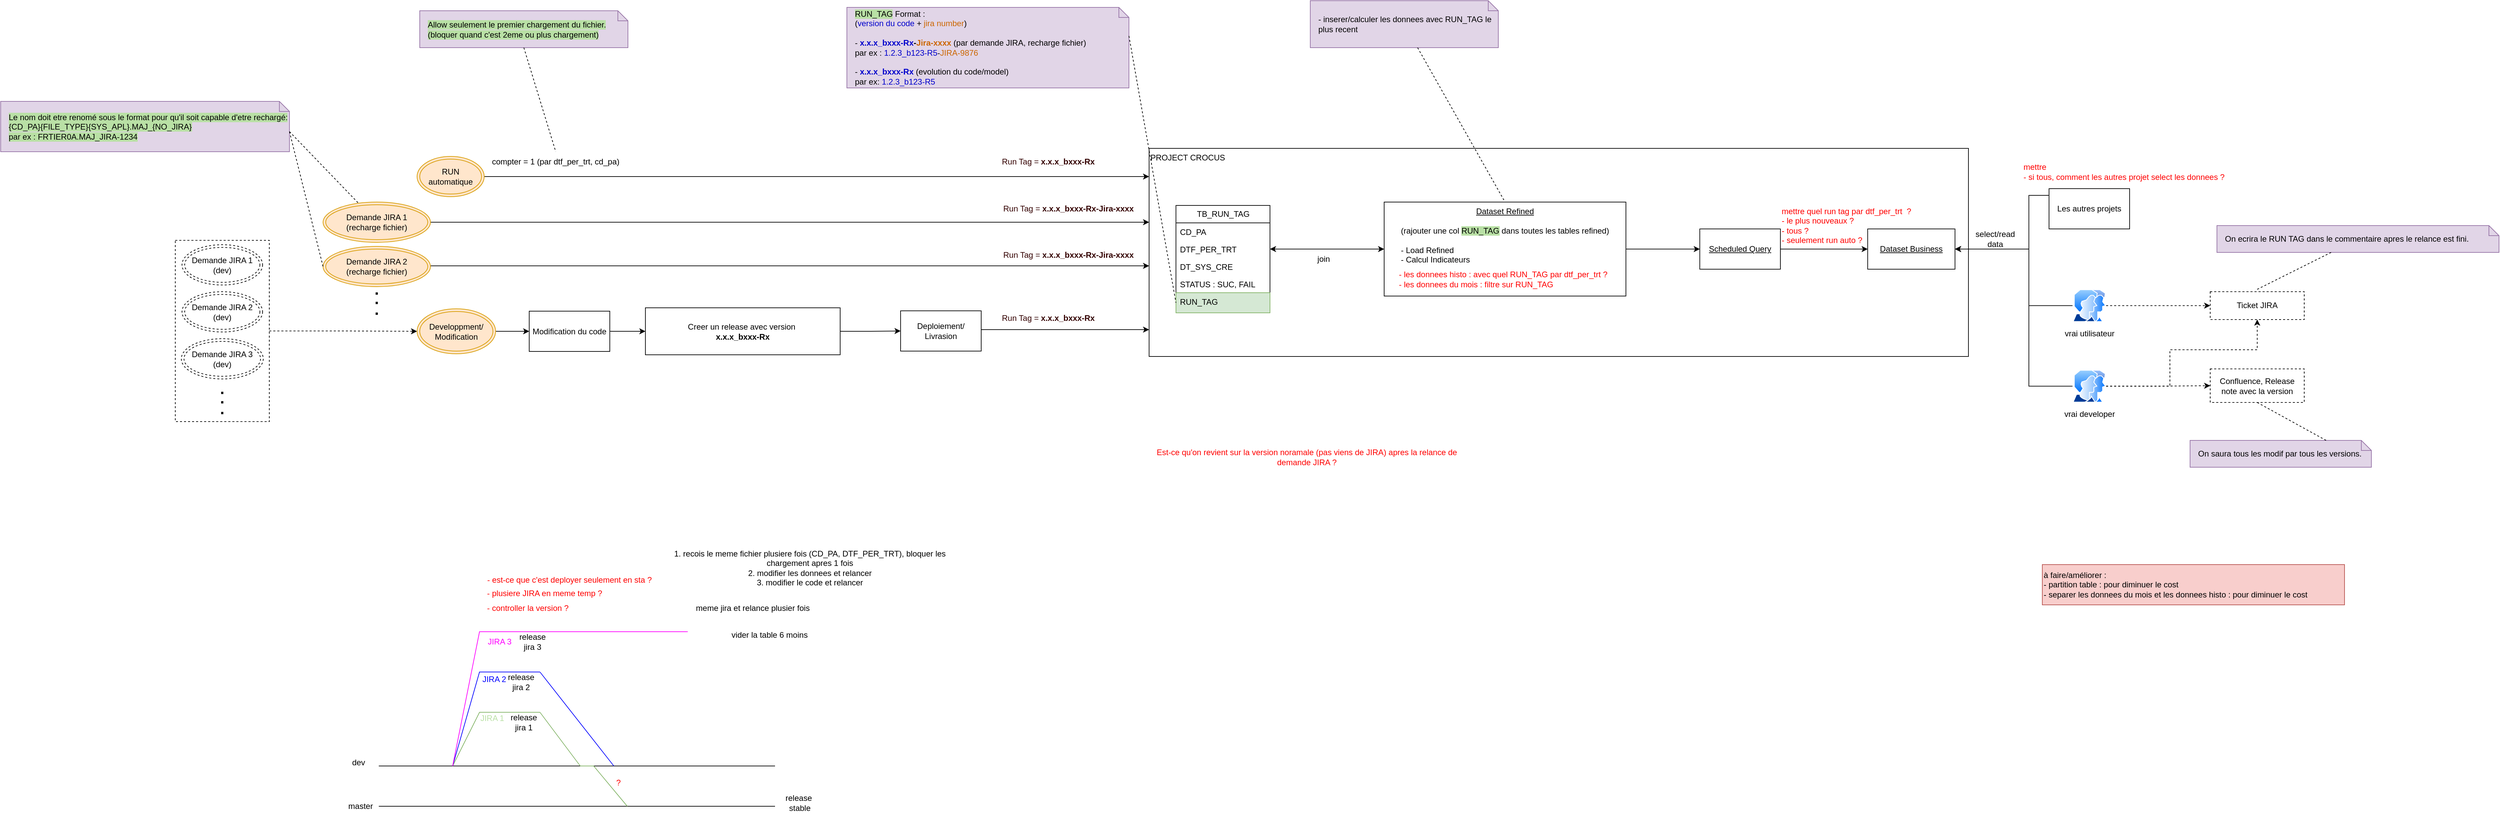
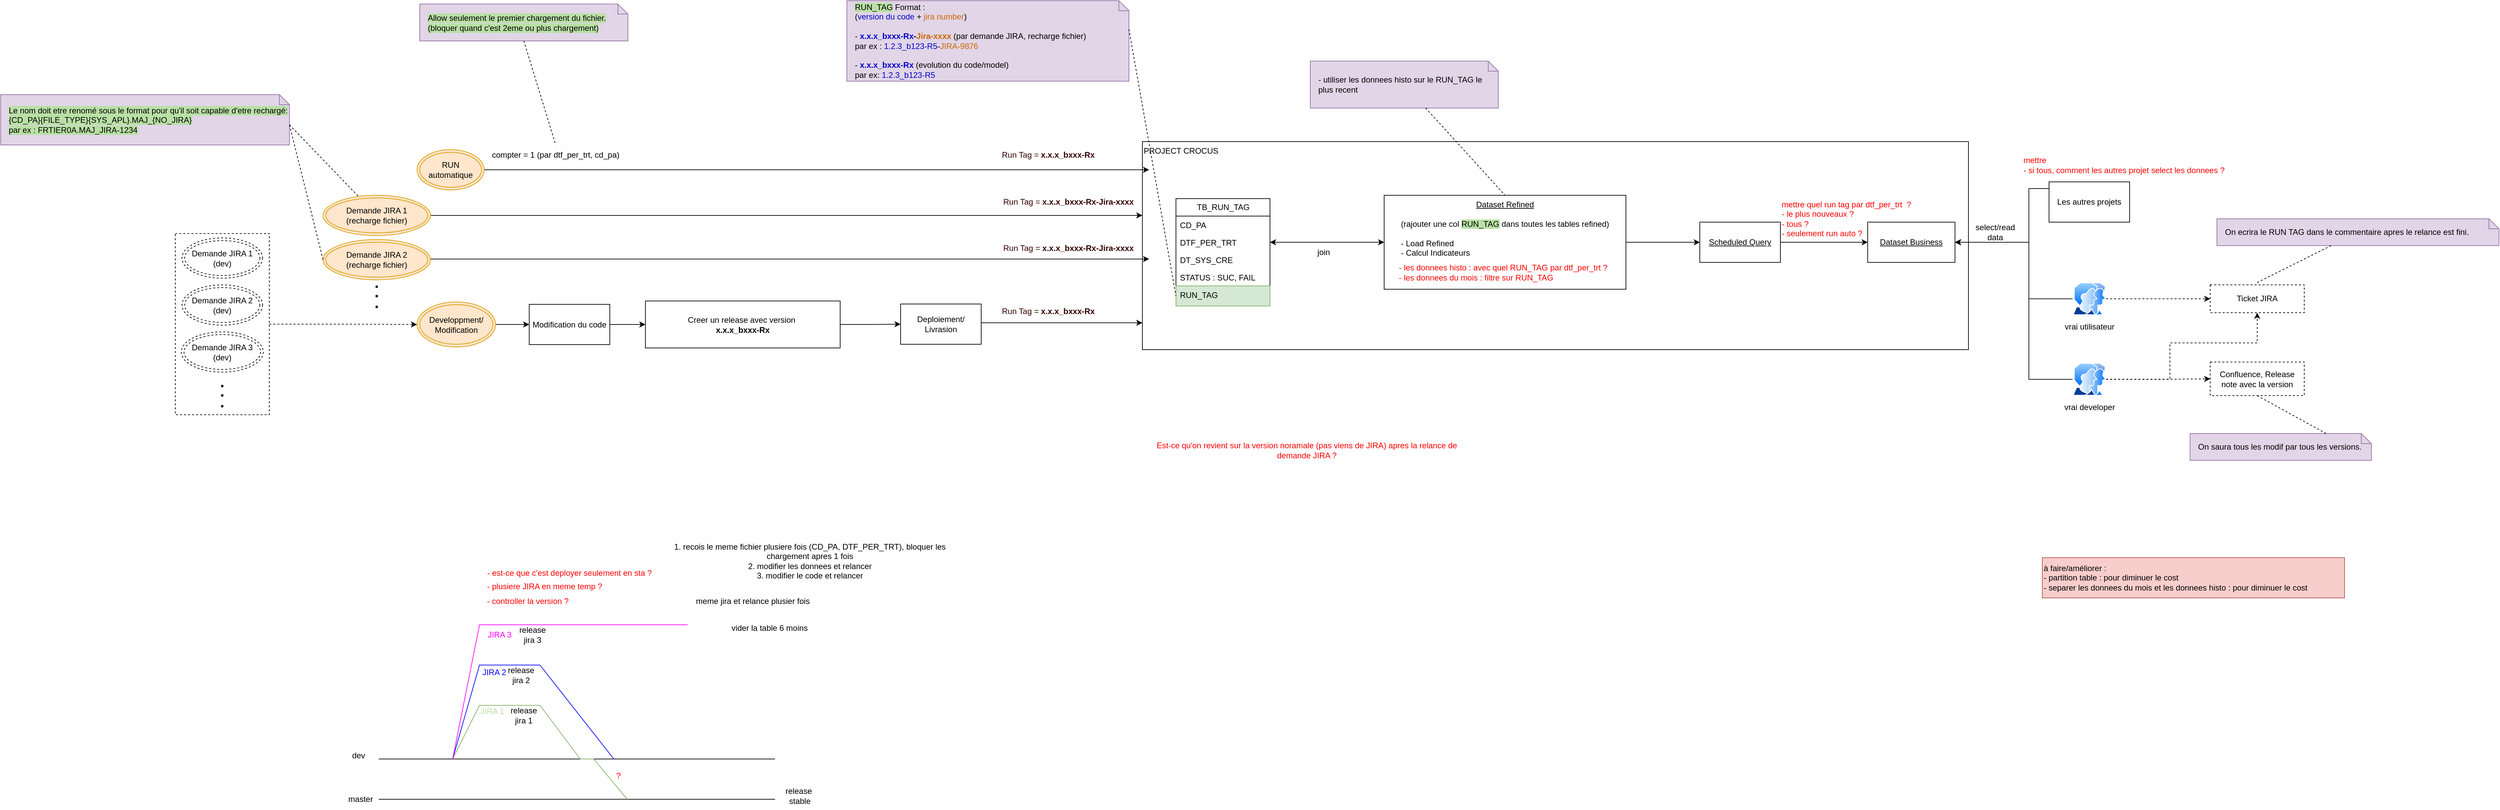
<mxfile host="app.diagrams.net">
  <diagram name="Page-1" id="bEAYSmEDHXBXhFzCy1HB">
    <mxGraphModel dx="3589" dy="2087" grid="1" gridSize="10" guides="1" tooltips="1" connect="1" arrows="1" fold="1" page="1" pageScale="1" pageWidth="827" pageHeight="1169" math="0" shadow="0">
      <root>
        <mxCell id="0" />
        <mxCell id="1" parent="0" />
        <mxCell id="cKu8MT6L8Fp_BZaxLZj7-22" edge="1" parent="1" source="cKu8MT6L8Fp_BZaxLZj7-16" style="edgeStyle=orthogonalEdgeStyle;rounded=0;orthogonalLoop=1;jettySize=auto;html=1;dashed=1;" target="QUzsFoNl6aFI_2ed8XXq-33">
          <mxGeometry relative="1" as="geometry">
            <Array as="points" />
            <mxPoint x="-937.4999999999995" y="382" as="sourcePoint" />
            <mxPoint x="-602.4999999999995" y="365" as="targetPoint" />
          </mxGeometry>
        </mxCell>
        <mxCell id="cKu8MT6L8Fp_BZaxLZj7-16" parent="1" style="rounded=0;whiteSpace=wrap;html=1;dashed=1;" value="" vertex="1">
          <mxGeometry height="270" width="140" x="-1070" y="247" as="geometry" />
        </mxCell>
        <mxCell id="QUzsFoNl6aFI_2ed8XXq-13" parent="1" style="rounded=0;whiteSpace=wrap;html=1;align=left;verticalAlign=top;" value="PROJECT CROCUS" vertex="1">
-           <mxGeometry height="310" width="1220" x="380" y="110" as="geometry" />
+           <mxGeometry height="310" width="1230" x="370" y="110" as="geometry" />
        </mxCell>
        <mxCell id="QUzsFoNl6aFI_2ed8XXq-1" parent="1" style="swimlane;fontStyle=0;childLayout=stackLayout;horizontal=1;startSize=26;fillColor=none;horizontalStack=0;resizeParent=1;resizeParentMax=0;resizeLast=0;collapsible=1;marginBottom=0;html=1;" value="TB_RUN_TAG" vertex="1">
          <mxGeometry height="160" width="140" x="420" y="195" as="geometry" />
        </mxCell>
        <mxCell id="QUzsFoNl6aFI_2ed8XXq-2" parent="QUzsFoNl6aFI_2ed8XXq-1" style="text;strokeColor=none;fillColor=none;align=left;verticalAlign=top;spacingLeft=4;spacingRight=4;overflow=hidden;rotatable=0;points=[[0,0.5],[1,0.5]];portConstraint=eastwest;whiteSpace=wrap;html=1;" value="CD_PA" vertex="1">
          <mxGeometry height="26" width="140" y="26" as="geometry" />
        </mxCell>
        <mxCell id="QUzsFoNl6aFI_2ed8XXq-3" parent="QUzsFoNl6aFI_2ed8XXq-1" style="text;strokeColor=none;fillColor=none;align=left;verticalAlign=top;spacingLeft=4;spacingRight=4;overflow=hidden;rotatable=0;points=[[0,0.5],[1,0.5]];portConstraint=eastwest;whiteSpace=wrap;html=1;" value="DTF_PER_TRT" vertex="1">
          <mxGeometry height="26" width="140" y="52" as="geometry" />
        </mxCell>
        <mxCell id="QUzsFoNl6aFI_2ed8XXq-4" parent="QUzsFoNl6aFI_2ed8XXq-1" style="text;strokeColor=none;fillColor=none;align=left;verticalAlign=top;spacingLeft=4;spacingRight=4;overflow=hidden;rotatable=0;points=[[0,0.5],[1,0.5]];portConstraint=eastwest;whiteSpace=wrap;html=1;" value="DT_SYS_CRE" vertex="1">
          <mxGeometry height="26" width="140" y="78" as="geometry" />
        </mxCell>
        <mxCell id="QUzsFoNl6aFI_2ed8XXq-105" parent="QUzsFoNl6aFI_2ed8XXq-1" style="text;strokeColor=none;fillColor=none;align=left;verticalAlign=top;spacingLeft=4;spacingRight=4;overflow=hidden;rotatable=0;points=[[0,0.5],[1,0.5]];portConstraint=eastwest;whiteSpace=wrap;html=1;" value="STATUS : SUC, FAIL" vertex="1">
          <mxGeometry height="26" width="140" y="104" as="geometry" />
        </mxCell>
        <mxCell id="QUzsFoNl6aFI_2ed8XXq-5" parent="QUzsFoNl6aFI_2ed8XXq-1" style="text;strokeColor=#82b366;fillColor=#d5e8d4;align=left;verticalAlign=top;spacingLeft=4;spacingRight=4;overflow=hidden;rotatable=0;points=[[0,0.5],[1,0.5]];portConstraint=eastwest;whiteSpace=wrap;html=1;" value="RUN_TAG" vertex="1">
          <mxGeometry height="30" width="140" y="130" as="geometry" />
        </mxCell>
        <mxCell id="QUzsFoNl6aFI_2ed8XXq-7" parent="1" style="shape=note;size=15;align=left;spacingLeft=10;html=1;whiteSpace=wrap;fillColor=#e1d5e7;strokeColor=#9673a6;" value="&lt;span style=&quot;background-color: rgb(185, 224, 165);&quot;&gt;RUN_TAG&lt;/span&gt; Format :&amp;nbsp;&lt;div&gt;(&lt;font style=&quot;color: rgb(0, 0, 204);&quot;&gt;version du code&lt;/font&gt; +&lt;font style=&quot;color: rgb(204, 102, 0);&quot;&gt; &lt;font&gt;jira number&lt;/font&gt;&lt;/font&gt;)&lt;/div&gt;&lt;div&gt;&lt;br&gt;&lt;div&gt;- &lt;b&gt;&lt;font style=&quot;color: rgb(0, 0, 204);&quot;&gt;x.x.x_bxxx-Rx&lt;/font&gt;-&lt;font style=&quot;color: rgb(204, 102, 0);&quot;&gt;Jira-xxxx&lt;/font&gt;&lt;/b&gt; (par demande JIRA, recharge fichier)&amp;nbsp;&lt;/div&gt;&lt;div&gt;par ex : &lt;font style=&quot;color: rgb(0, 0, 204);&quot;&gt;1.2.3_b123-R5&lt;/font&gt;-&lt;font style=&quot;color: rgb(204, 102, 0);&quot;&gt;JIRA-9876&lt;/font&gt;&lt;/div&gt;&lt;div&gt;&lt;br&gt;&lt;/div&gt;&lt;div&gt;-&lt;b&gt; &lt;font style=&quot;color: rgb(0, 0, 204);&quot;&gt;x.x.x_bxxx-Rx&lt;/font&gt;&lt;/b&gt; (evolution du code/model)&lt;/div&gt;&lt;div&gt;&lt;span style=&quot;background-color: transparent; color: light-dark(rgb(0, 0, 0), rgb(255, 255, 255));&quot;&gt;par ex: &lt;/span&gt;&lt;span style=&quot;background-color: transparent;&quot;&gt;&lt;font style=&quot;color: light-dark(rgb(0, 0, 204), rgb(255, 255, 255));&quot;&gt;1.2.3_b123-R5&lt;/font&gt;&lt;/span&gt;&lt;/div&gt;&lt;/div&gt;" vertex="1">
          <mxGeometry height="120" width="420" x="-70" y="-100" as="geometry" />
        </mxCell>
        <mxCell id="QUzsFoNl6aFI_2ed8XXq-8" edge="1" parent="1" source="QUzsFoNl6aFI_2ed8XXq-7" style="edgeStyle=none;endArrow=none;exitX=0;exitY=0;dashed=1;html=1;rounded=0;entryX=0;entryY=0.5;entryDx=0;entryDy=0;exitDx=420;exitDy=42.5;exitPerimeter=0;" target="QUzsFoNl6aFI_2ed8XXq-5" value="">
          <mxGeometry relative="1" x="1" as="geometry">
            <mxPoint x="590" y="660" as="targetPoint" />
          </mxGeometry>
        </mxCell>
        <mxCell id="QUzsFoNl6aFI_2ed8XXq-10" parent="1" style="rounded=0;whiteSpace=wrap;html=1;dashed=1;" value="Confluence, Release note avec la v&lt;span style=&quot;background-color: transparent; color: light-dark(rgb(0, 0, 0), rgb(255, 255, 255));&quot;&gt;ersion&lt;/span&gt;" vertex="1">
          <mxGeometry height="50" width="140" x="1960" y="438.5" as="geometry" />
        </mxCell>
        <mxCell id="QUzsFoNl6aFI_2ed8XXq-11" parent="1" style="rounded=0;whiteSpace=wrap;html=1;dashed=1;" value="Ticket JIRA" vertex="1">
          <mxGeometry height="41.5" width="140" x="1960" y="323.5" as="geometry" />
        </mxCell>
        <mxCell id="QUzsFoNl6aFI_2ed8XXq-42" edge="1" parent="1" source="QUzsFoNl6aFI_2ed8XXq-12" style="edgeStyle=orthogonalEdgeStyle;rounded=0;orthogonalLoop=1;jettySize=auto;html=1;entryX=1;entryY=0.5;entryDx=0;entryDy=0;startArrow=classic;startFill=1;" target="QUzsFoNl6aFI_2ed8XXq-3">
          <mxGeometry relative="1" as="geometry" />
        </mxCell>
        <mxCell id="QUzsFoNl6aFI_2ed8XXq-50" edge="1" parent="1" source="QUzsFoNl6aFI_2ed8XXq-12" style="edgeStyle=orthogonalEdgeStyle;rounded=0;orthogonalLoop=1;jettySize=auto;html=1;" target="QUzsFoNl6aFI_2ed8XXq-46">
          <mxGeometry relative="1" as="geometry">
            <Array as="points" />
          </mxGeometry>
        </mxCell>
        <mxCell id="QUzsFoNl6aFI_2ed8XXq-12" parent="1" style="rounded=0;whiteSpace=wrap;html=1;verticalAlign=top;" value="&lt;u&gt;Dataset Refined&lt;/u&gt;&lt;div&gt;&lt;u&gt;&lt;br&gt;&lt;/u&gt;&lt;div&gt;(rajouter une col &lt;span style=&quot;background-color: rgb(185, 224, 165);&quot;&gt;RUN_TAG&lt;/span&gt;&lt;span&gt; &lt;/span&gt;dans toutes les tables refined)&lt;/div&gt;&lt;div&gt;&lt;br&gt;&lt;/div&gt;&lt;div style=&quot;text-align: left;&quot;&gt;- Load Refined&amp;nbsp; &amp;nbsp; &amp;nbsp; &amp;nbsp;&lt;/div&gt;&lt;div style=&quot;text-align: left;&quot;&gt;- Calcul Indicateurs&lt;/div&gt;&lt;/div&gt;" vertex="1">
          <mxGeometry height="140" width="360" x="730" y="190" as="geometry" />
        </mxCell>
        <mxCell id="QUzsFoNl6aFI_2ed8XXq-27" edge="1" parent="1" source="QUzsFoNl6aFI_2ed8XXq-33" style="edgeStyle=orthogonalEdgeStyle;rounded=0;orthogonalLoop=1;jettySize=auto;html=1;entryX=0;entryY=0.5;entryDx=0;entryDy=0;" target="QUzsFoNl6aFI_2ed8XXq-23">
          <mxGeometry relative="1" as="geometry">
            <mxPoint x="-740" y="198" as="sourcePoint" />
          </mxGeometry>
        </mxCell>
        <mxCell id="QUzsFoNl6aFI_2ed8XXq-19" parent="1" style="text;html=1;whiteSpace=wrap;strokeColor=none;fillColor=none;align=center;verticalAlign=middle;rounded=0;fontColor=#330000;" value="&lt;font style=&quot;&quot;&gt;Run Tag =&amp;nbsp;&lt;/font&gt;&lt;b style=&quot;text-align: left;&quot;&gt;x.x.x_bxxx-Rx-Jira-xxxx&lt;/b&gt;" vertex="1">
          <mxGeometry height="30" width="200" x="160" y="253.5" as="geometry" />
        </mxCell>
        <mxCell id="cKu8MT6L8Fp_BZaxLZj7-37" edge="1" parent="1" source="QUzsFoNl6aFI_2ed8XXq-23" style="edgeStyle=orthogonalEdgeStyle;rounded=0;orthogonalLoop=1;jettySize=auto;html=1;" target="QUzsFoNl6aFI_2ed8XXq-25">
          <mxGeometry relative="1" as="geometry" />
        </mxCell>
        <mxCell id="QUzsFoNl6aFI_2ed8XXq-23" parent="1" style="rounded=0;whiteSpace=wrap;html=1;" value="Modification du code" vertex="1">
          <mxGeometry height="60" width="120" x="-543" y="352.5" as="geometry" />
        </mxCell>
        <mxCell id="QUzsFoNl6aFI_2ed8XXq-31" edge="1" parent="1" source="QUzsFoNl6aFI_2ed8XXq-24" style="edgeStyle=orthogonalEdgeStyle;rounded=0;orthogonalLoop=1;jettySize=auto;html=1;" target="QUzsFoNl6aFI_2ed8XXq-13">
          <mxGeometry relative="1" as="geometry">
            <Array as="points">
              <mxPoint x="180" y="380" />
              <mxPoint x="180" y="380" />
            </Array>
            <mxPoint x="380" y="373" as="targetPoint" />
          </mxGeometry>
        </mxCell>
        <mxCell id="QUzsFoNl6aFI_2ed8XXq-24" parent="1" style="rounded=0;whiteSpace=wrap;html=1;" value="Deploiement/ Livrasion" vertex="1">
          <mxGeometry height="60" width="120" x="10" y="352" as="geometry" />
        </mxCell>
        <mxCell id="cKu8MT6L8Fp_BZaxLZj7-38" edge="1" parent="1" source="QUzsFoNl6aFI_2ed8XXq-25" style="edgeStyle=orthogonalEdgeStyle;rounded=0;orthogonalLoop=1;jettySize=auto;html=1;" target="QUzsFoNl6aFI_2ed8XXq-24">
          <mxGeometry relative="1" as="geometry" />
        </mxCell>
        <mxCell id="QUzsFoNl6aFI_2ed8XXq-25" parent="1" style="rounded=0;whiteSpace=wrap;html=1;" value="Creer un release avec version&amp;nbsp;&lt;div&gt;&lt;span style=&quot;text-align: left;&quot;&gt;&lt;b&gt;x.x.x_bxxx-Rx&lt;/b&gt;&lt;/span&gt;&lt;/div&gt;" vertex="1">
          <mxGeometry height="70" width="290" x="-370" y="347.5" as="geometry" />
        </mxCell>
        <mxCell id="QUzsFoNl6aFI_2ed8XXq-33" parent="1" style="ellipse;shape=doubleEllipse;whiteSpace=wrap;html=1;fillColor=#ffe6cc;strokeColor=#d79b00;" value="Developpment/&lt;div&gt;Modification&lt;/div&gt;" vertex="1">
          <mxGeometry height="67" width="117" x="-710" y="349" as="geometry" />
        </mxCell>
        <mxCell id="cKu8MT6L8Fp_BZaxLZj7-5" edge="1" parent="1" style="edgeStyle=orthogonalEdgeStyle;rounded=0;orthogonalLoop=1;jettySize=auto;html=1;">
          <mxGeometry relative="1" as="geometry">
            <Array as="points">
              <mxPoint x="-470" y="285" />
              <mxPoint x="-470" y="285" />
            </Array>
            <mxPoint x="-690.0000000000005" y="285" as="sourcePoint" />
            <mxPoint x="380" y="285" as="targetPoint" />
          </mxGeometry>
        </mxCell>
        <mxCell id="QUzsFoNl6aFI_2ed8XXq-34" parent="1" style="ellipse;shape=doubleEllipse;whiteSpace=wrap;html=1;fillColor=#ffe6cc;strokeColor=#d79b00;" value="Demande JIRA 2&lt;div&gt;(recharge fichier)&lt;/div&gt;" vertex="1">
          <mxGeometry height="60" width="160" x="-850" y="256" as="geometry" />
        </mxCell>
        <mxCell id="QUzsFoNl6aFI_2ed8XXq-36" edge="1" parent="1" source="QUzsFoNl6aFI_2ed8XXq-35" style="edgeStyle=orthogonalEdgeStyle;rounded=0;orthogonalLoop=1;jettySize=auto;html=1;">
          <mxGeometry relative="1" as="geometry">
            <Array as="points">
              <mxPoint x="110" y="152" />
              <mxPoint x="110" y="152" />
            </Array>
            <mxPoint x="380" y="152.0588235294117" as="targetPoint" />
          </mxGeometry>
        </mxCell>
        <mxCell id="QUzsFoNl6aFI_2ed8XXq-35" parent="1" style="ellipse;shape=doubleEllipse;whiteSpace=wrap;html=1;fillColor=#ffe6cc;strokeColor=#d79b00;" value="RUN automatique" vertex="1">
          <mxGeometry height="60" width="100" x="-710" y="122" as="geometry" />
        </mxCell>
-         <mxCell id="QUzsFoNl6aFI_2ed8XXq-40" parent="1" style="shape=note;size=15;align=left;spacingLeft=10;html=1;whiteSpace=wrap;fillColor=#e1d5e7;strokeColor=#9673a6;" value="&lt;div&gt;- inserer/calculer les donnees avec RUN_TAG le plus recent&lt;/div&gt;" vertex="1">
-           <mxGeometry height="70" width="280" x="620" y="-110" as="geometry" />
+         <mxCell id="QUzsFoNl6aFI_2ed8XXq-40" parent="1" style="shape=note;size=15;align=left;spacingLeft=10;html=1;whiteSpace=wrap;fillColor=#e1d5e7;strokeColor=#9673a6;" value="&lt;div&gt;- utiliser les donnees histo sur le RUN_TAG le plus recent&lt;/div&gt;" vertex="1">
+           <mxGeometry height="70" width="280" x="620" y="-10" as="geometry" />
        </mxCell>
        <mxCell id="QUzsFoNl6aFI_2ed8XXq-41" edge="1" parent="1" source="QUzsFoNl6aFI_2ed8XXq-40" style="edgeStyle=none;endArrow=none;dashed=1;html=1;rounded=0;entryX=0.5;entryY=0;entryDx=0;entryDy=0;" target="QUzsFoNl6aFI_2ed8XXq-12" value="">
          <mxGeometry relative="1" x="1" as="geometry">
            <mxPoint x="720" y="650" as="sourcePoint" />
            <mxPoint x="772" y="500" as="targetPoint" />
          </mxGeometry>
        </mxCell>
        <mxCell id="QUzsFoNl6aFI_2ed8XXq-43" parent="1" style="text;html=1;whiteSpace=wrap;strokeColor=none;fillColor=none;align=left;verticalAlign=middle;rounded=0;" value="&lt;font style=&quot;color: rgb(255, 0, 0);&quot;&gt;- les donnees histo : avec quel RUN_TAG par dtf_per_trt ?&lt;/font&gt;&lt;div&gt;&lt;font style=&quot;color: rgb(255, 0, 0);&quot;&gt;- les donnees du mois : f&lt;/font&gt;&lt;span style=&quot;color: light-dark(rgb(255, 0, 0), rgb(255, 144, 144)); background-color: transparent;&quot;&gt;iltre sur RUN_TAG&lt;/span&gt;&lt;/div&gt;" vertex="1">
          <mxGeometry height="30" width="330" x="750" y="290" as="geometry" />
        </mxCell>
        <mxCell id="QUzsFoNl6aFI_2ed8XXq-45" parent="1" style="rounded=0;whiteSpace=wrap;html=1;" value="&lt;u&gt;Dataset Business&lt;/u&gt;" vertex="1">
          <mxGeometry height="60" width="130" x="1450" y="230" as="geometry" />
        </mxCell>
        <mxCell id="QUzsFoNl6aFI_2ed8XXq-48" edge="1" parent="1" source="QUzsFoNl6aFI_2ed8XXq-46" style="edgeStyle=orthogonalEdgeStyle;rounded=0;orthogonalLoop=1;jettySize=auto;html=1;" target="QUzsFoNl6aFI_2ed8XXq-45">
          <mxGeometry relative="1" as="geometry" />
        </mxCell>
        <mxCell id="QUzsFoNl6aFI_2ed8XXq-46" parent="1" style="rounded=0;whiteSpace=wrap;html=1;" value="&lt;u&gt;Scheduled Query&lt;/u&gt;" vertex="1">
          <mxGeometry height="60" width="120" x="1200" y="230" as="geometry" />
        </mxCell>
        <mxCell id="QUzsFoNl6aFI_2ed8XXq-51" parent="1" style="text;html=1;whiteSpace=wrap;strokeColor=none;fillColor=none;align=left;verticalAlign=middle;rounded=0;fontColor=#FF0000;" value="mettre quel run tag par dtf_per_trt&amp;nbsp;&amp;nbsp;?&amp;nbsp;&lt;div&gt;- le plus nouveaux ?&lt;/div&gt;&lt;div&gt;- tous ?&lt;/div&gt;&lt;div&gt;- seulement run auto ?&lt;/div&gt;" vertex="1">
          <mxGeometry height="30" width="370" x="1320" y="210" as="geometry" />
        </mxCell>
        <mxCell id="QUzsFoNl6aFI_2ed8XXq-59" edge="1" parent="1" source="QUzsFoNl6aFI_2ed8XXq-52" style="edgeStyle=orthogonalEdgeStyle;rounded=0;orthogonalLoop=1;jettySize=auto;html=1;entryX=1;entryY=0.5;entryDx=0;entryDy=0;" target="QUzsFoNl6aFI_2ed8XXq-45">
          <mxGeometry relative="1" as="geometry">
            <Array as="points">
              <mxPoint x="1690" y="180" />
              <mxPoint x="1690" y="260" />
            </Array>
          </mxGeometry>
        </mxCell>
        <mxCell id="QUzsFoNl6aFI_2ed8XXq-52" parent="1" style="rounded=0;whiteSpace=wrap;html=1;" value="Les autres projets" vertex="1">
          <mxGeometry height="60" width="120" x="1720" y="170" as="geometry" />
        </mxCell>
        <mxCell id="QUzsFoNl6aFI_2ed8XXq-58" edge="1" parent="1" source="QUzsFoNl6aFI_2ed8XXq-57" style="edgeStyle=orthogonalEdgeStyle;rounded=0;orthogonalLoop=1;jettySize=auto;html=1;entryX=1;entryY=0.5;entryDx=0;entryDy=0;" target="QUzsFoNl6aFI_2ed8XXq-45">
          <mxGeometry relative="1" as="geometry">
            <Array as="points">
              <mxPoint x="1690" y="344" />
              <mxPoint x="1690" y="260" />
            </Array>
          </mxGeometry>
        </mxCell>
        <mxCell id="QUzsFoNl6aFI_2ed8XXq-65" edge="1" parent="1" source="QUzsFoNl6aFI_2ed8XXq-57" style="edgeStyle=orthogonalEdgeStyle;rounded=0;orthogonalLoop=1;jettySize=auto;html=1;dashed=1;" target="QUzsFoNl6aFI_2ed8XXq-11">
          <mxGeometry relative="1" as="geometry" />
        </mxCell>
        <mxCell id="QUzsFoNl6aFI_2ed8XXq-57" parent="1" style="image;aspect=fixed;perimeter=ellipsePerimeter;html=1;align=center;shadow=0;dashed=0;spacingTop=3;image=img/lib/active_directory/user_accounts.svg;" value="vrai utilisateur" vertex="1">
          <mxGeometry height="48.5" width="50" x="1755" y="320" as="geometry" />
        </mxCell>
        <mxCell id="QUzsFoNl6aFI_2ed8XXq-60" parent="1" style="text;html=1;whiteSpace=wrap;strokeColor=none;fillColor=none;align=center;verticalAlign=middle;rounded=0;" value="select/read data" vertex="1">
          <mxGeometry height="30" width="60" x="1610" y="230" as="geometry" />
        </mxCell>
        <mxCell id="QUzsFoNl6aFI_2ed8XXq-63" edge="1" parent="1" source="QUzsFoNl6aFI_2ed8XXq-62" style="edgeStyle=orthogonalEdgeStyle;rounded=0;orthogonalLoop=1;jettySize=auto;html=1;entryX=1;entryY=0.5;entryDx=0;entryDy=0;" target="QUzsFoNl6aFI_2ed8XXq-45">
          <mxGeometry relative="1" as="geometry">
            <Array as="points">
              <mxPoint x="1690" y="464" />
              <mxPoint x="1690" y="260" />
            </Array>
          </mxGeometry>
        </mxCell>
        <mxCell id="QUzsFoNl6aFI_2ed8XXq-66" edge="1" parent="1" source="QUzsFoNl6aFI_2ed8XXq-62" style="edgeStyle=orthogonalEdgeStyle;rounded=0;orthogonalLoop=1;jettySize=auto;html=1;dashed=1;" target="QUzsFoNl6aFI_2ed8XXq-10">
          <mxGeometry relative="1" as="geometry" />
        </mxCell>
        <mxCell id="QUzsFoNl6aFI_2ed8XXq-68" edge="1" parent="1" source="QUzsFoNl6aFI_2ed8XXq-62" style="edgeStyle=orthogonalEdgeStyle;rounded=0;orthogonalLoop=1;jettySize=auto;html=1;entryX=0.5;entryY=1;entryDx=0;entryDy=0;dashed=1;" target="QUzsFoNl6aFI_2ed8XXq-11">
          <mxGeometry relative="1" as="geometry">
            <Array as="points">
              <mxPoint x="1900" y="464" />
              <mxPoint x="1900" y="410" />
              <mxPoint x="2030" y="410" />
            </Array>
          </mxGeometry>
        </mxCell>
        <mxCell id="QUzsFoNl6aFI_2ed8XXq-62" parent="1" style="image;aspect=fixed;perimeter=ellipsePerimeter;html=1;align=center;shadow=0;dashed=0;spacingTop=3;image=img/lib/active_directory/user_accounts.svg;" value="vrai developer" vertex="1">
          <mxGeometry height="48.5" width="50" x="1755" y="440" as="geometry" />
        </mxCell>
        <mxCell id="QUzsFoNl6aFI_2ed8XXq-69" parent="1" style="shape=note;size=15;align=left;spacingLeft=10;html=1;whiteSpace=wrap;fillColor=#e1d5e7;strokeColor=#9673a6;" value="On ecrira le RUN TAG dans le commentaire apres le relance est fini." vertex="1">
          <mxGeometry height="40" width="420" x="1970" y="225" as="geometry" />
        </mxCell>
        <mxCell id="QUzsFoNl6aFI_2ed8XXq-70" edge="1" parent="1" source="QUzsFoNl6aFI_2ed8XXq-69" style="edgeStyle=none;endArrow=none;dashed=1;html=1;rounded=0;" value="">
          <mxGeometry relative="1" x="1" as="geometry">
            <mxPoint x="970" y="210" as="sourcePoint" />
            <mxPoint x="2030" y="320" as="targetPoint" />
          </mxGeometry>
        </mxCell>
        <mxCell id="QUzsFoNl6aFI_2ed8XXq-71" parent="1" style="shape=note;size=15;align=left;spacingLeft=10;html=1;whiteSpace=wrap;fillColor=#e1d5e7;strokeColor=#9673a6;" value="On saura tous les modif par tous les versions." vertex="1">
          <mxGeometry height="40" width="270" x="1930" y="545" as="geometry" />
        </mxCell>
        <mxCell id="QUzsFoNl6aFI_2ed8XXq-72" edge="1" parent="1" source="QUzsFoNl6aFI_2ed8XXq-71" style="edgeStyle=none;endArrow=none;dashed=1;html=1;rounded=0;entryX=0.5;entryY=1;entryDx=0;entryDy=0;exitX=0;exitY=0;exitDx=202.5;exitDy=0;exitPerimeter=0;" target="QUzsFoNl6aFI_2ed8XXq-10" value="">
          <mxGeometry relative="1" x="1" as="geometry">
            <mxPoint x="2180" y="470" as="sourcePoint" />
            <mxPoint x="2070" y="525" as="targetPoint" />
          </mxGeometry>
        </mxCell>
        <mxCell id="QUzsFoNl6aFI_2ed8XXq-73" parent="1" style="text;html=1;whiteSpace=wrap;strokeColor=none;fillColor=none;align=left;verticalAlign=middle;rounded=0;fontColor=#FF0000;" value="mettre&amp;nbsp;&lt;div&gt;&lt;span style=&quot;background-color: transparent; color: light-dark(rgb(255, 0, 0), rgb(255, 144, 144));&quot;&gt;- si tous, comment les autres projet select les donnees ?&lt;/span&gt;&lt;/div&gt;" vertex="1">
          <mxGeometry height="30" width="370" x="1680" y="130" as="geometry" />
        </mxCell>
        <mxCell id="QUzsFoNl6aFI_2ed8XXq-74" parent="1" style="rounded=0;whiteSpace=wrap;html=1;align=left;fillColor=#f8cecc;strokeColor=#b85450;" value="à faire/améliorer :&lt;div&gt;- partition table : pour diminuer le cost&lt;/div&gt;&lt;div&gt;- separer les donnees du mois et les donnees histo&amp;nbsp;&lt;span style=&quot;background-color: transparent; color: light-dark(rgb(0, 0, 0), rgb(255, 255, 255));&quot;&gt;: pour diminuer le cost&lt;/span&gt;&lt;/div&gt;" vertex="1">
          <mxGeometry height="60" width="450" x="1710" y="730" as="geometry" />
        </mxCell>
        <mxCell id="QUzsFoNl6aFI_2ed8XXq-76" parent="1" style="text;html=1;whiteSpace=wrap;strokeColor=none;fillColor=none;align=center;verticalAlign=middle;rounded=0;" value="join" vertex="1">
          <mxGeometry height="30" width="60" x="610" y="260" as="geometry" />
        </mxCell>
        <mxCell id="QUzsFoNl6aFI_2ed8XXq-77" parent="1" style="text;html=1;whiteSpace=wrap;strokeColor=none;fillColor=none;align=center;verticalAlign=middle;rounded=0;fontColor=#FF0000;" value="Est-ce qu&#39;on revient sur la version noramale (pas viens de JIRA) apres la relance de demande JIRA ?" vertex="1">
          <mxGeometry height="30" width="470" x="380" y="555" as="geometry" />
        </mxCell>
        <mxCell id="QUzsFoNl6aFI_2ed8XXq-78" parent="1" style="text;html=1;whiteSpace=wrap;strokeColor=none;fillColor=none;align=center;verticalAlign=middle;rounded=0;fontColor=#FF0000;" value="- est-ce que c&#39;est deployer seulement en sta ?" vertex="1">
          <mxGeometry height="30" width="290" x="-628" y="738" as="geometry" />
        </mxCell>
        <mxCell id="QUzsFoNl6aFI_2ed8XXq-79" parent="1" style="text;html=1;whiteSpace=wrap;strokeColor=none;fillColor=none;align=center;verticalAlign=middle;rounded=0;fontColor=#FF0000;" value="- plusiere JIRA en meme temp ?" vertex="1">
          <mxGeometry height="30" width="290" x="-665" y="758" as="geometry" />
        </mxCell>
        <mxCell id="QUzsFoNl6aFI_2ed8XXq-80" parent="1" style="text;html=1;whiteSpace=wrap;strokeColor=none;fillColor=none;align=center;verticalAlign=middle;rounded=0;fontColor=#FF0000;" value="- controller la version ?" vertex="1">
          <mxGeometry height="30" width="290" x="-690" y="780" as="geometry" />
        </mxCell>
        <mxCell id="QUzsFoNl6aFI_2ed8XXq-81" edge="1" parent="1" style="endArrow=none;html=1;rounded=0;" value="">
          <mxGeometry height="50" relative="1" width="50" as="geometry">
            <mxPoint x="-767" y="1030" as="sourcePoint" />
            <mxPoint x="-177" y="1030" as="targetPoint" />
          </mxGeometry>
        </mxCell>
        <mxCell id="QUzsFoNl6aFI_2ed8XXq-83" edge="1" parent="1" style="endArrow=none;html=1;rounded=0;fillColor=#d5e8d4;strokeColor=#82b366;" value="">
          <mxGeometry height="50" relative="1" width="50" as="geometry">
            <Array as="points">
              <mxPoint x="-617" y="950" />
            </Array>
            <mxPoint x="-657" y="1030" as="sourcePoint" />
            <mxPoint x="-527" y="950" as="targetPoint" />
          </mxGeometry>
        </mxCell>
        <mxCell id="QUzsFoNl6aFI_2ed8XXq-84" parent="1" style="text;html=1;whiteSpace=wrap;strokeColor=none;fillColor=none;align=center;verticalAlign=middle;rounded=0;" value="dev" vertex="1">
          <mxGeometry height="30" width="60" x="-827" y="1010" as="geometry" />
        </mxCell>
        <mxCell id="QUzsFoNl6aFI_2ed8XXq-85" edge="1" parent="1" style="endArrow=none;html=1;rounded=0;strokeColor=#0000FF;" value="">
          <mxGeometry height="50" relative="1" width="50" as="geometry">
            <Array as="points">
              <mxPoint x="-617" y="890" />
            </Array>
            <mxPoint x="-657" y="1030" as="sourcePoint" />
            <mxPoint x="-527" y="890" as="targetPoint" />
          </mxGeometry>
        </mxCell>
        <mxCell id="QUzsFoNl6aFI_2ed8XXq-86" edge="1" parent="1" style="endArrow=none;html=1;rounded=0;strokeColor=#FF00FF;" value="">
          <mxGeometry height="50" relative="1" width="50" as="geometry">
            <Array as="points">
              <mxPoint x="-617" y="830" />
            </Array>
            <mxPoint x="-657" y="1030" as="sourcePoint" />
            <mxPoint x="-307" y="830" as="targetPoint" />
          </mxGeometry>
        </mxCell>
        <mxCell id="QUzsFoNl6aFI_2ed8XXq-87" parent="1" style="text;html=1;whiteSpace=wrap;strokeColor=none;fillColor=none;align=center;verticalAlign=middle;rounded=0;fontColor=#B9E0A5;" value="JIRA 1" vertex="1">
          <mxGeometry height="30" width="60" x="-628" y="944" as="geometry" />
        </mxCell>
        <mxCell id="QUzsFoNl6aFI_2ed8XXq-88" parent="1" style="text;html=1;whiteSpace=wrap;strokeColor=none;fillColor=none;align=center;verticalAlign=middle;rounded=0;fontColor=#0000FF;" value="JIRA 2" vertex="1">
          <mxGeometry height="30" width="60" x="-625" y="886" as="geometry" />
        </mxCell>
        <mxCell id="QUzsFoNl6aFI_2ed8XXq-89" parent="1" style="text;html=1;whiteSpace=wrap;strokeColor=none;fillColor=none;align=center;verticalAlign=middle;rounded=0;fontColor=#FF00FF;" value="JIRA 3" vertex="1">
          <mxGeometry height="30" width="60" x="-617" y="830" as="geometry" />
        </mxCell>
        <mxCell id="QUzsFoNl6aFI_2ed8XXq-90" edge="1" parent="1" style="endArrow=none;html=1;rounded=0;" value="">
          <mxGeometry height="50" relative="1" width="50" as="geometry">
            <mxPoint x="-767" y="1090" as="sourcePoint" />
            <mxPoint x="-177" y="1090" as="targetPoint" />
          </mxGeometry>
        </mxCell>
        <mxCell id="QUzsFoNl6aFI_2ed8XXq-91" parent="1" style="text;html=1;whiteSpace=wrap;strokeColor=none;fillColor=none;align=center;verticalAlign=middle;rounded=0;" value="master" vertex="1">
          <mxGeometry height="30" width="60" x="-824" y="1075" as="geometry" />
        </mxCell>
        <mxCell id="QUzsFoNl6aFI_2ed8XXq-92" edge="1" parent="1" style="endArrow=none;html=1;rounded=0;fillColor=#d5e8d4;strokeColor=#82b366;" value="">
          <mxGeometry height="50" relative="1" width="50" as="geometry">
            <mxPoint x="-527" y="950" as="sourcePoint" />
            <mxPoint x="-467" y="1030" as="targetPoint" />
          </mxGeometry>
        </mxCell>
        <mxCell id="QUzsFoNl6aFI_2ed8XXq-94" edge="1" parent="1" style="endArrow=none;html=1;rounded=0;strokeColor=#0000FF;" value="">
          <mxGeometry height="50" relative="1" width="50" as="geometry">
            <mxPoint x="-527" y="890" as="sourcePoint" />
            <mxPoint x="-417" y="1030" as="targetPoint" />
          </mxGeometry>
        </mxCell>
        <mxCell id="QUzsFoNl6aFI_2ed8XXq-95" edge="1" parent="1" style="endArrow=none;html=1;rounded=0;fillColor=#d5e8d4;strokeColor=#82b366;" value="">
          <mxGeometry height="50" relative="1" width="50" as="geometry">
            <mxPoint x="-447" y="1030" as="sourcePoint" />
            <mxPoint x="-397" y="1090" as="targetPoint" />
          </mxGeometry>
        </mxCell>
        <mxCell id="QUzsFoNl6aFI_2ed8XXq-96" edge="1" parent="1" style="endArrow=none;html=1;rounded=0;fillColor=#d5e8d4;strokeColor=#82b366;" value="">
          <mxGeometry height="50" relative="1" width="50" as="geometry">
            <mxPoint x="-467" y="1030" as="sourcePoint" />
            <mxPoint x="-447" y="1030" as="targetPoint" />
          </mxGeometry>
        </mxCell>
        <mxCell id="QUzsFoNl6aFI_2ed8XXq-98" parent="1" style="text;html=1;whiteSpace=wrap;strokeColor=none;fillColor=none;align=center;verticalAlign=middle;rounded=0;" value="release jira 2" vertex="1">
          <mxGeometry height="30" width="60" x="-585" y="890" as="geometry" />
        </mxCell>
        <mxCell id="QUzsFoNl6aFI_2ed8XXq-99" parent="1" style="text;html=1;whiteSpace=wrap;strokeColor=none;fillColor=none;align=center;verticalAlign=middle;rounded=0;" value="release jira 1" vertex="1">
          <mxGeometry height="30" width="60" x="-581" y="950" as="geometry" />
        </mxCell>
        <mxCell id="QUzsFoNl6aFI_2ed8XXq-100" parent="1" style="text;html=1;whiteSpace=wrap;strokeColor=none;fillColor=none;align=center;verticalAlign=middle;rounded=0;" value="release jira 3" vertex="1">
          <mxGeometry height="30" width="60" x="-568" y="830" as="geometry" />
        </mxCell>
        <mxCell id="QUzsFoNl6aFI_2ed8XXq-101" parent="1" style="text;html=1;whiteSpace=wrap;strokeColor=none;fillColor=none;align=center;verticalAlign=middle;rounded=0;" value="release&amp;nbsp; stable" vertex="1">
          <mxGeometry height="30" width="60" x="-170" y="1070" as="geometry" />
        </mxCell>
        <mxCell id="QUzsFoNl6aFI_2ed8XXq-103" parent="1" style="text;html=1;whiteSpace=wrap;strokeColor=none;fillColor=none;align=center;verticalAlign=middle;rounded=0;fontColor=#FF0000;" value="?" vertex="1">
          <mxGeometry height="30" width="60" x="-440" y="1040" as="geometry" />
        </mxCell>
        <mxCell id="QUzsFoNl6aFI_2ed8XXq-104" parent="1" style="text;html=1;whiteSpace=wrap;strokeColor=none;fillColor=none;align=center;verticalAlign=middle;rounded=0;" value="compter = 1 (par dtf_per_trt, cd_pa)" vertex="1">
          <mxGeometry height="30" width="227" x="-617" y="115" as="geometry" />
        </mxCell>
        <mxCell id="QUzsFoNl6aFI_2ed8XXq-106" parent="1" style="text;html=1;whiteSpace=wrap;strokeColor=none;fillColor=none;align=center;verticalAlign=middle;rounded=0;" value="1. recois le meme fichier plusiere fois (CD_PA, DTF_PER_TRT), bloquer les chargement apres 1 fois&lt;div&gt;2. modifier les donnees et relancer&lt;/div&gt;&lt;div&gt;3. modifier le code et relancer&lt;/div&gt;" vertex="1">
          <mxGeometry height="30" width="470" x="-360" y="720" as="geometry" />
        </mxCell>
        <mxCell id="QUzsFoNl6aFI_2ed8XXq-107" parent="1" style="text;html=1;whiteSpace=wrap;strokeColor=none;fillColor=none;align=center;verticalAlign=middle;rounded=0;" value="meme jira et relance plusier fois" vertex="1">
          <mxGeometry height="30" width="240" x="-330" y="780" as="geometry" />
        </mxCell>
        <mxCell id="QUzsFoNl6aFI_2ed8XXq-108" parent="1" style="text;html=1;whiteSpace=wrap;strokeColor=none;fillColor=none;align=center;verticalAlign=middle;rounded=0;" value="vider la table 6 moins" vertex="1">
          <mxGeometry height="30" width="170" x="-270" y="820" as="geometry" />
        </mxCell>
        <mxCell id="cKu8MT6L8Fp_BZaxLZj7-1" parent="1" style="shape=note;size=15;align=left;spacingLeft=10;html=1;whiteSpace=wrap;fillColor=#e1d5e7;strokeColor=#9673a6;" value="&lt;span style=&quot;background-color: rgb(185, 224, 165);&quot;&gt;Allow seulement le premier chargement du fichier.&lt;br&gt;(bloquer quand c&#39;est 2eme ou plus chargement)&lt;/span&gt;" vertex="1">
          <mxGeometry height="55" width="310" x="-706" y="-95" as="geometry" />
        </mxCell>
        <mxCell id="cKu8MT6L8Fp_BZaxLZj7-2" edge="1" parent="1" source="cKu8MT6L8Fp_BZaxLZj7-1" style="edgeStyle=none;endArrow=none;exitX=0.5;exitY=1;dashed=1;html=1;rounded=0;entryX=0.5;entryY=0;entryDx=0;entryDy=0;exitDx=0;exitDy=0;exitPerimeter=0;" target="QUzsFoNl6aFI_2ed8XXq-104" value="">
          <mxGeometry relative="1" x="1" as="geometry">
            <mxPoint x="590" y="300" as="sourcePoint" />
            <mxPoint x="680" y="507" as="targetPoint" />
          </mxGeometry>
        </mxCell>
        <mxCell id="cKu8MT6L8Fp_BZaxLZj7-3" parent="1" style="ellipse;shape=doubleEllipse;whiteSpace=wrap;html=1;dashed=1;" value="Demande JIRA 1&lt;div&gt;(dev)&lt;/div&gt;" vertex="1">
          <mxGeometry height="60" width="120" x="-1060" y="253.5" as="geometry" />
        </mxCell>
        <mxCell id="cKu8MT6L8Fp_BZaxLZj7-7" parent="1" style="text;html=1;whiteSpace=wrap;strokeColor=none;fillColor=none;align=center;verticalAlign=middle;rounded=0;fontColor=#330000;" value="&lt;font style=&quot;&quot;&gt;Run Tag =&amp;nbsp;&lt;b style=&quot;text-align: left;&quot;&gt;x.x.x_bxxx-Rx&lt;/b&gt;&lt;/font&gt;" vertex="1">
          <mxGeometry height="30" width="200" x="130" y="115" as="geometry" />
        </mxCell>
        <mxCell id="cKu8MT6L8Fp_BZaxLZj7-11" parent="1" style="shape=note;size=15;align=left;spacingLeft=10;html=1;whiteSpace=wrap;fillColor=#e1d5e7;strokeColor=#9673a6;" value="&lt;span style=&quot;background-color: rgb(185, 224, 165);&quot;&gt;Le nom doit etre renomé sous le format pour qu&#39;il soit capable d&#39;etre rechargé:&lt;br&gt;{CD_PA}{FILE_TYPE}{SYS_APL}.MAJ_{NO_JIRA}&lt;/span&gt;&lt;div&gt;&lt;span style=&quot;background-color: rgb(185, 224, 165);&quot;&gt;par ex : FRTIER0A.MAJ_JIRA-1234&lt;/span&gt;&lt;/div&gt;" vertex="1">
          <mxGeometry height="75" width="430" x="-1330" y="40" as="geometry" />
        </mxCell>
        <mxCell id="cKu8MT6L8Fp_BZaxLZj7-14" parent="1" style="ellipse;shape=doubleEllipse;whiteSpace=wrap;html=1;dashed=1;" value="Demande JIRA 2&lt;div&gt;(dev)&lt;/div&gt;" vertex="1">
          <mxGeometry height="60" width="120" x="-1060" y="323.5" as="geometry" />
        </mxCell>
        <mxCell id="cKu8MT6L8Fp_BZaxLZj7-15" parent="1" style="ellipse;shape=doubleEllipse;whiteSpace=wrap;html=1;dashed=1;" value="Demande JIRA 3&lt;div&gt;(dev)&lt;/div&gt;" vertex="1">
          <mxGeometry height="60" width="122" x="-1061" y="393.5" as="geometry" />
        </mxCell>
        <mxCell id="cKu8MT6L8Fp_BZaxLZj7-19" parent="1" style="text;html=1;whiteSpace=wrap;strokeColor=none;fillColor=none;align=center;verticalAlign=middle;rounded=0;fontSize=23;fontStyle=1" value="." vertex="1">
          <mxGeometry height="30" width="60" x="-1030" y="453.25" as="geometry" />
        </mxCell>
        <mxCell id="cKu8MT6L8Fp_BZaxLZj7-20" parent="1" style="text;html=1;whiteSpace=wrap;strokeColor=none;fillColor=none;align=center;verticalAlign=middle;rounded=0;fontSize=23;fontStyle=1" value="." vertex="1">
          <mxGeometry height="30" width="60" x="-1030" y="467" as="geometry" />
        </mxCell>
        <mxCell id="cKu8MT6L8Fp_BZaxLZj7-21" parent="1" style="text;html=1;whiteSpace=wrap;strokeColor=none;fillColor=none;align=center;verticalAlign=middle;rounded=0;fontSize=23;fontStyle=1" value="." vertex="1">
          <mxGeometry height="30" width="60" x="-1030" y="483.25" as="geometry" />
        </mxCell>
        <mxCell id="cKu8MT6L8Fp_BZaxLZj7-24" edge="1" parent="1" source="cKu8MT6L8Fp_BZaxLZj7-23" style="edgeStyle=orthogonalEdgeStyle;rounded=0;orthogonalLoop=1;jettySize=auto;html=1;" target="QUzsFoNl6aFI_2ed8XXq-13">
          <mxGeometry relative="1" as="geometry">
            <Array as="points">
              <mxPoint x="120" y="220" />
              <mxPoint x="120" y="220" />
            </Array>
          </mxGeometry>
        </mxCell>
        <mxCell id="cKu8MT6L8Fp_BZaxLZj7-23" parent="1" style="ellipse;shape=doubleEllipse;whiteSpace=wrap;html=1;fillColor=#ffe6cc;strokeColor=#d79b00;" value="Demande JIRA 1&lt;div&gt;(recharge fichier)&lt;/div&gt;" vertex="1">
          <mxGeometry height="60" width="160" x="-850" y="190" as="geometry" />
        </mxCell>
        <mxCell id="cKu8MT6L8Fp_BZaxLZj7-25" edge="1" parent="1" source="cKu8MT6L8Fp_BZaxLZj7-11" style="edgeStyle=none;endArrow=none;exitX=0;exitY=0;dashed=1;html=1;rounded=0;exitDx=430;exitDy=45;exitPerimeter=0;" target="cKu8MT6L8Fp_BZaxLZj7-23" value="">
          <mxGeometry relative="1" x="1" as="geometry">
            <mxPoint x="-520" y="10" as="sourcePoint" />
            <mxPoint x="-490" y="150" as="targetPoint" />
          </mxGeometry>
        </mxCell>
        <mxCell id="cKu8MT6L8Fp_BZaxLZj7-26" edge="1" parent="1" source="cKu8MT6L8Fp_BZaxLZj7-11" style="edgeStyle=none;endArrow=none;exitX=0;exitY=0;dashed=1;html=1;rounded=0;exitDx=430;exitDy=45;exitPerimeter=0;entryX=0;entryY=0.5;entryDx=0;entryDy=0;" target="QUzsFoNl6aFI_2ed8XXq-34" value="">
          <mxGeometry relative="1" x="1" as="geometry">
            <mxPoint x="-900" y="200" as="sourcePoint" />
            <mxPoint x="-801" y="244" as="targetPoint" />
          </mxGeometry>
        </mxCell>
        <mxCell id="cKu8MT6L8Fp_BZaxLZj7-27" parent="1" style="text;html=1;whiteSpace=wrap;strokeColor=none;fillColor=none;align=center;verticalAlign=middle;rounded=0;fontSize=23;fontStyle=1" value="." vertex="1">
          <mxGeometry height="30" width="60" x="-800" y="305" as="geometry" />
        </mxCell>
        <mxCell id="cKu8MT6L8Fp_BZaxLZj7-28" parent="1" style="text;html=1;whiteSpace=wrap;strokeColor=none;fillColor=none;align=center;verticalAlign=middle;rounded=0;fontSize=23;fontStyle=1" value="." vertex="1">
          <mxGeometry height="30" width="60" x="-800" y="335" as="geometry" />
        </mxCell>
        <mxCell id="cKu8MT6L8Fp_BZaxLZj7-29" parent="1" style="text;html=1;whiteSpace=wrap;strokeColor=none;fillColor=none;align=center;verticalAlign=middle;rounded=0;fontSize=23;fontStyle=1" value="." vertex="1">
          <mxGeometry height="30" width="60" x="-800" y="318.5" as="geometry" />
        </mxCell>
        <mxCell id="cKu8MT6L8Fp_BZaxLZj7-31" parent="1" style="text;html=1;whiteSpace=wrap;strokeColor=none;fillColor=none;align=center;verticalAlign=middle;rounded=0;fontColor=#330000;" value="&lt;font style=&quot;&quot;&gt;Run Tag =&amp;nbsp;&lt;/font&gt;&lt;b style=&quot;text-align: left;&quot;&gt;x.x.x_bxxx-Rx-Jira-xxxx&lt;/b&gt;" vertex="1">
          <mxGeometry height="30" width="200" x="160" y="185" as="geometry" />
        </mxCell>
        <mxCell id="cKu8MT6L8Fp_BZaxLZj7-33" parent="1" style="text;html=1;whiteSpace=wrap;strokeColor=none;fillColor=none;align=center;verticalAlign=middle;rounded=0;fontColor=#330000;" value="&lt;font style=&quot;&quot;&gt;Run Tag =&amp;nbsp;&lt;b style=&quot;text-align: left;&quot;&gt;x.x.x_bxxx-Rx&lt;/b&gt;&lt;/font&gt;" vertex="1">
          <mxGeometry height="30" width="200" x="130" y="347.5" as="geometry" />
        </mxCell>
      </root>
    </mxGraphModel>
  </diagram>
</mxfile>
